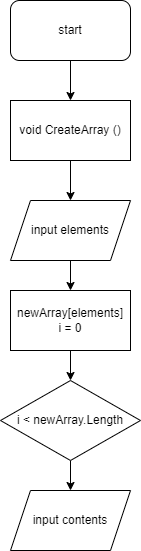
Above: testwork.drawio.png in 11Kotikov/testforgeeks (draw.io), before the change. Source tidied: cells renumbered, new cells last; positions are measured from the earlier drawing's top-left corner, leaving out a move shared by most shapes. The source it was exported from:
```xml
<mxGraphModel>
  <root>
    <mxCell id="0" />
    <mxCell id="1" parent="0" />
    <mxCell id="2" style="edgeStyle=none;html=1;exitX=0.5;exitY=1;exitDx=0;exitDy=0;" parent="1" edge="1" source="3" target="5">
      <mxGeometry relative="1" as="geometry" />
    </mxCell>
    <mxCell id="3" value="start" style="rounded=1;whiteSpace=wrap;html=1;" parent="1" vertex="1">
      <mxGeometry x="10" width="120" height="60" as="geometry" />
    </mxCell>
    <mxCell id="4" style="edgeStyle=none;html=1;" parent="1" edge="1" source="5" target="7">
      <mxGeometry relative="1" as="geometry" />
    </mxCell>
    <mxCell id="5" value="void CreateArray ()" style="rounded=0;whiteSpace=wrap;html=1;" parent="1" vertex="1">
      <mxGeometry x="10" y="100" width="120" height="60" as="geometry" />
    </mxCell>
    <mxCell id="6" style="edgeStyle=none;html=1;" parent="1" edge="1" source="7" target="9">
      <mxGeometry relative="1" as="geometry" />
    </mxCell>
    <mxCell id="7" value="input&amp;nbsp;elements" style="shape=parallelogram;perimeter=parallelogramPerimeter;whiteSpace=wrap;html=1;fixedSize=1;rounded=0;" parent="1" vertex="1">
      <mxGeometry x="10" y="200" width="120" height="60" as="geometry" />
    </mxCell>
    <mxCell id="8" style="edgeStyle=none;html=1;" parent="1" edge="1" source="9" target="11">
      <mxGeometry relative="1" as="geometry" />
    </mxCell>
    <mxCell id="9" value="newArray[elements]&lt;br&gt;i = 0" style="whiteSpace=wrap;html=1;rounded=0;" parent="1" vertex="1">
      <mxGeometry x="10" y="290" width="120" height="60" as="geometry" />
    </mxCell>
    <mxCell id="10" style="edgeStyle=none;html=1;" parent="1" edge="1" source="11" target="12">
      <mxGeometry relative="1" as="geometry" />
    </mxCell>
    <mxCell id="11" value="i &amp;lt; newArray.Length" style="rhombus;whiteSpace=wrap;html=1;rounded=0;" parent="1" vertex="1">
      <mxGeometry y="380" width="140" height="80" as="geometry" />
    </mxCell>
    <mxCell id="12" value="input contents" style="shape=parallelogram;perimeter=parallelogramPerimeter;whiteSpace=wrap;html=1;fixedSize=1;rounded=0;" parent="1" vertex="1">
      <mxGeometry x="10" y="490" width="120" height="60" as="geometry" />
    </mxCell>
  </root>
</mxGraphModel>
```
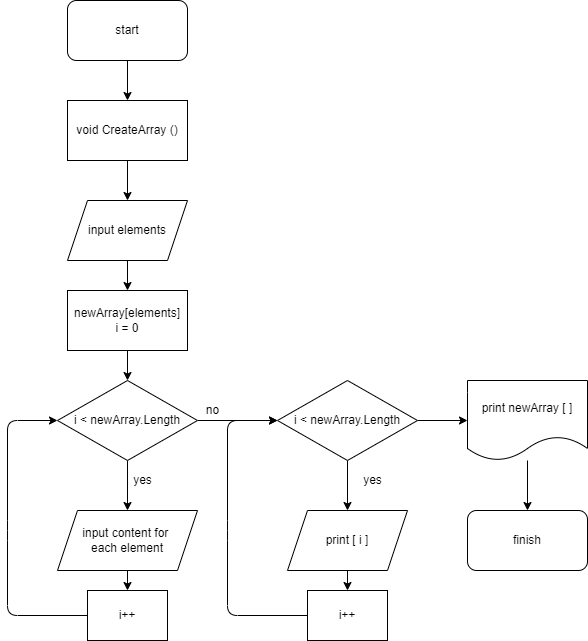
After the change.

Commit message:
edits in the first method is drawn

What changed in the source:
```diff
@@ -29,11 +29,75 @@
     <mxCell id="10" style="edgeStyle=none;html=1;" parent="1" edge="1" source="11" target="12">
       <mxGeometry relative="1" as="geometry" />
     </mxCell>
+    <mxCell id="13" style="edgeStyle=none;html=1;" parent="1" edge="1" source="11" target="18">
+      <mxGeometry relative="1" as="geometry" />
+    </mxCell>
     <mxCell id="11" value="i &amp;lt; newArray.Length" style="rhombus;whiteSpace=wrap;html=1;rounded=0;" parent="1" vertex="1">
       <mxGeometry y="380" width="140" height="80" as="geometry" />
     </mxCell>
+    <mxCell id="14" style="edgeStyle=none;html=1;" parent="1" edge="1" source="12" target="24">
+      <mxGeometry relative="1" as="geometry" />
+    </mxCell>
-    <mxCell id="12" value="input contents" style="shape=parallelogram;perimeter=parallelogramPerimeter;whiteSpace=wrap;html=1;fixedSize=1;rounded=0;" parent="1" vertex="1">
-      <mxGeometry x="10" y="490" width="120" height="60" as="geometry" />
+    <mxCell id="12" value="input content for&amp;nbsp;&lt;br&gt;each element" style="shape=parallelogram;perimeter=parallelogramPerimeter;whiteSpace=wrap;html=1;fixedSize=1;rounded=0;" parent="1" vertex="1">
+      <mxGeometry y="510" width="140" height="60" as="geometry" />
     </mxCell>
+    <mxCell id="15" value="yes" style="text;html=1;align=center;verticalAlign=middle;strokeColor=none;fillColor=none;" parent="1" vertex="1">
+      <mxGeometry x="70" y="470" width="30" height="20" as="geometry" />
+    </mxCell>
+    <mxCell id="16" style="edgeStyle=none;html=1;" parent="1" edge="1" source="18" target="22">
+      <mxGeometry relative="1" as="geometry" />
+    </mxCell>
+    <mxCell id="17" style="edgeStyle=none;html=1;" parent="1" edge="1" source="18" target="28">
+      <mxGeometry relative="1" as="geometry" />
+    </mxCell>
+    <mxCell id="18" value="i &amp;lt; newArray.Length" style="rhombus;whiteSpace=wrap;html=1;rounded=0;" parent="1" vertex="1">
+      <mxGeometry x="220" y="380" width="140" height="80" as="geometry" />
+    </mxCell>
+    <mxCell id="19" value="no" style="text;html=1;align=center;verticalAlign=middle;strokeColor=none;fillColor=none;" parent="1" vertex="1">
+      <mxGeometry x="140" y="400" width="30" height="20" as="geometry" />
+    </mxCell>
+    <mxCell id="20" value="yes" style="text;html=1;align=center;verticalAlign=middle;strokeColor=none;fillColor=none;" parent="1" vertex="1">
+      <mxGeometry x="300" y="470" width="30" height="20" as="geometry" />
+    </mxCell>
+    <mxCell id="21" style="edgeStyle=none;html=1;" parent="1" edge="1" source="22" target="26">
+      <mxGeometry relative="1" as="geometry" />
+    </mxCell>
+    <mxCell id="22" value="print [ i ]" style="shape=parallelogram;perimeter=parallelogramPerimeter;whiteSpace=wrap;html=1;fixedSize=1;rounded=0;" parent="1" vertex="1">
+      <mxGeometry x="230" y="510" width="120" height="60" as="geometry" />
+    </mxCell>
+    <mxCell id="23" style="edgeStyle=none;html=1;entryX=0;entryY=0.5;entryDx=0;entryDy=0;" parent="1" edge="1" source="24" target="11">
+      <mxGeometry relative="1" as="geometry">
+        <Array as="points">
+          <mxPoint x="-50" y="615" />
+          <mxPoint x="-50" y="530" />
+          <mxPoint x="-50" y="420" />
+        </Array>
+      </mxGeometry>
+    </mxCell>
+    <mxCell id="24" value="i++" style="whiteSpace=wrap;html=1;rounded=0;" parent="1" vertex="1">
+      <mxGeometry x="30" y="590" width="80" height="50" as="geometry" />
+    </mxCell>
+    <mxCell id="25" style="edgeStyle=none;html=1;entryX=0;entryY=0.5;entryDx=0;entryDy=0;" parent="1" edge="1" source="26">
+      <mxGeometry relative="1" as="geometry">
+        <mxPoint x="220" y="420" as="targetPoint" />
+        <Array as="points">
+          <mxPoint x="170" y="615" />
+          <mxPoint x="170" y="530" />
+          <mxPoint x="170" y="420" />
+        </Array>
+      </mxGeometry>
+    </mxCell>
+    <mxCell id="26" value="i++" style="whiteSpace=wrap;html=1;rounded=0;" parent="1" vertex="1">
+      <mxGeometry x="250" y="590" width="80" height="50" as="geometry" />
+    </mxCell>
+    <mxCell id="27" style="edgeStyle=none;html=1;entryX=0.5;entryY=0;entryDx=0;entryDy=0;" parent="1" edge="1" source="28" target="29">
+      <mxGeometry relative="1" as="geometry" />
+    </mxCell>
+    <mxCell id="28" value="print newArray [ ]" style="shape=document;whiteSpace=wrap;html=1;boundedLbl=1;rounded=0;" parent="1" vertex="1">
+      <mxGeometry x="410" y="380" width="120" height="80" as="geometry" />
+    </mxCell>
+    <mxCell id="29" value="finish" style="rounded=1;whiteSpace=wrap;html=1;" parent="1" vertex="1">
+      <mxGeometry x="410" y="510" width="120" height="60" as="geometry" />
+    </mxCell>
   </root>
 </mxGraphModel>
```
